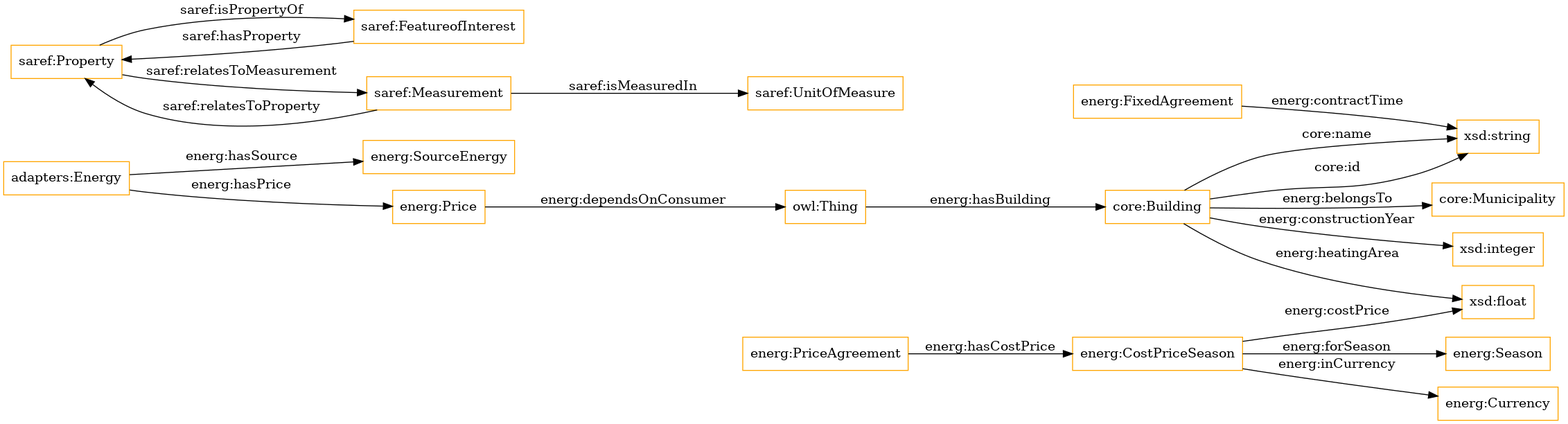
The Graphviz diagram OnToology/ontology/energy.ttl/diagrams/ar2dtool-class/energy.ttl.png in oeg-upm/auroral-energy-ontology, before a commit. Its source is kept beside it as OnToology/ontology/energy.ttl/diagrams/ar2dtool-class/energy.ttl.png.dot.
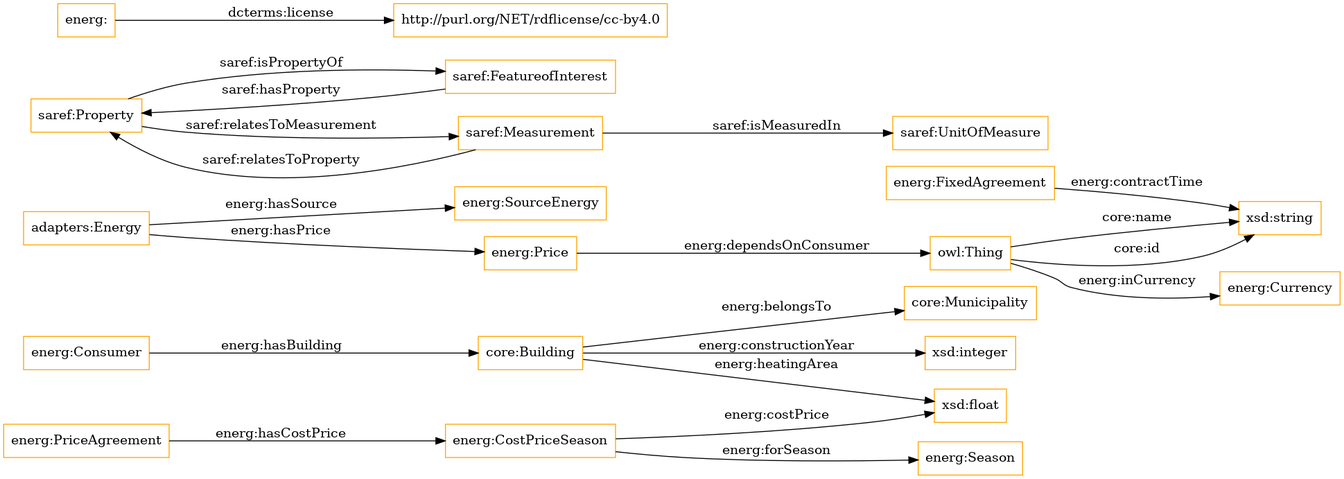
After the change.

The edit, as a diff of the source:
```diff
@@ -1,7 +1,8 @@
 digraph ar2dtool_diagram {
 rankdir=LR;
 size="1501"
-node [shape = rectangle, color="orange"]; "energ:CostPriceSeason" "energ:FixedAgreement" "energ:PriceAgreement" "saref:Property" "energ:SourceEnergy" "energ:Price" "core:Building" "core:Municipality" "energ:Season" "saref:UnitOfMeasure" "energ:Currency" "saref:FeatureofInterest" "saref:Measurement" "adapters:Energy" ; /*classes style*/
+node [shape = rectangle, color="orange"]; "energ:CostPriceSeason" "energ:FixedAgreement" "energ:PriceAgreement" "saref:Property" "energ:SourceEnergy" "energ:Price" "core:Building" "core:Municipality" "energ:Season" "saref:UnitOfMeasure" "energ:Currency" "saref:FeatureofInterest" "energ:Consumer" "saref:Measurement" "adapters:Energy" ; /*classes style*/
+	"energ:" -> "http://purl.org/NET/rdflicense/cc-by4.0" [ label = "dcterms:license" ];
 	"energ:FixedAgreement" -> "xsd:string" [ label = "energ:contractTime" ];
 	"energ:CostPriceSeason" -> "energ:Season" [ label = "energ:forSeason" ];
 	"core:Building" -> "xsd:integer" [ label = "energ:constructionYear" ];
@@ -10,16 +11,16 @@
 	"energ:Price" -> "owl:Thing" [ label = "energ:dependsOnConsumer" ];
 	"saref:Measurement" -> "saref:Property" [ label = "saref:relatesToProperty" ];
 	"saref:FeatureofInterest" -> "saref:Property" [ label = "saref:hasProperty" ];
-	"core:Building" -> "xsd:string" [ label = "core:name" ];
+	"owl:Thing" -> "xsd:string" [ label = "core:name" ];
 	"adapters:Energy" -> "energ:Price" [ label = "energ:hasPrice" ];
 	"saref:Measurement" -> "saref:UnitOfMeasure" [ label = "saref:isMeasuredIn" ];
-	"energ:CostPriceSeason" -> "energ:Currency" [ label = "energ:inCurrency" ];
+	"owl:Thing" -> "energ:Currency" [ label = "energ:inCurrency" ];
 	"energ:CostPriceSeason" -> "xsd:float" [ label = "energ:costPrice" ];
 	"energ:PriceAgreement" -> "energ:CostPriceSeason" [ label = "energ:hasCostPrice" ];
-	"owl:Thing" -> "core:Building" [ label = "energ:hasBuilding" ];
+	"energ:Consumer" -> "core:Building" [ label = "energ:hasBuilding" ];
 	"saref:Property" -> "saref:Measurement" [ label = "saref:relatesToMeasurement" ];
 	"adapters:Energy" -> "energ:SourceEnergy" [ label = "energ:hasSource" ];
 	"saref:Property" -> "saref:FeatureofInterest" [ label = "saref:isPropertyOf" ];
-	"core:Building" -> "xsd:string" [ label = "core:id" ];
+	"owl:Thing" -> "xsd:string" [ label = "core:id" ];
 
 }
```
